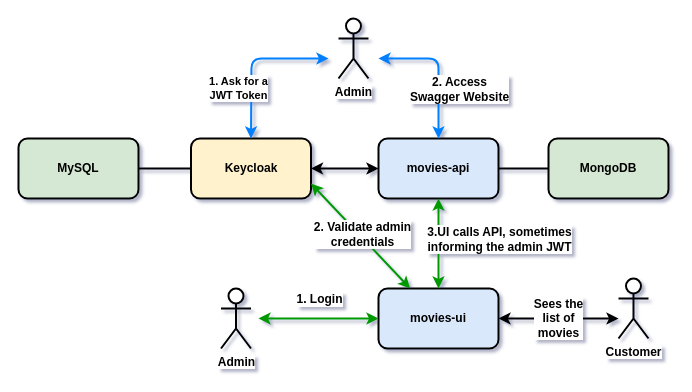
This is images/project-diagram.drawio from ivangfr/springboot-react-keycloak, a draw.io file, before an edit. Source tidied: cells renumbered, new cells numbered last; positions are measured from the earlier drawing's top-left corner, leaving out a move shared by most shapes. Both pictures are drawn from the tidied source at 100%, with x=0, y=0 at pixel (18, 18).
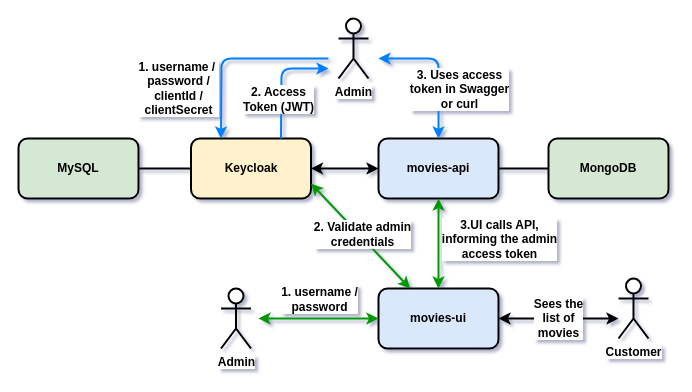
After the change.

Commit message (it also covers changes not shown here):
update README and project diagram; add swagger image

Unchanged cells that the change refers to:
```xml
<mxCell id="2" value="Keycloak" style="rounded=1;whiteSpace=wrap;html=1;strokeWidth=2;fontStyle=1;fillColor=#fff2cc;strokeColor=#000000;" parent="1" vertex="1">
  <mxGeometry x="172.5" y="120" width="120" height="60" as="geometry" />
</mxCell>
<mxCell id="12" style="endArrow=classic;startArrow=classic;html=1;strokeWidth=2;strokeColor=#009900;" parent="1" edge="1">
  <mxGeometry relative="1" as="geometry">
    <mxPoint x="420" y="270" as="sourcePoint" />
    <mxPoint x="420" y="180" as="targetPoint" />
  </mxGeometry>
</mxCell>
<mxCell id="15" style="endArrow=classic;html=1;strokeWidth=2;entryX=0.5;entryY=0;entryDx=0;entryDy=0;startArrow=classic;startFill=1;strokeColor=#007FFF;" parent="1" edge="1" target="5">
  <mxGeometry relative="1" as="geometry">
    <mxPoint x="360" y="40" as="sourcePoint" />
    <Array as="points">
      <mxPoint x="420" y="40" />
    </Array>
  </mxGeometry>
</mxCell>
<mxCell id="19" style="endArrow=classic;startArrow=classic;html=1;strokeWidth=2;entryX=0;entryY=0.5;entryDx=0;entryDy=0;strokeColor=#009900;" parent="1" edge="1" target="3">
  <mxGeometry relative="1" as="geometry">
    <mxPoint x="240" y="300" as="sourcePoint" />
  </mxGeometry>
</mxCell>
```

What changed in the source:
```diff
@@
-    <mxCell id="13" value="&lt;b&gt;3.UI calls API, sometimes&lt;br&gt;informing the admin JWT&lt;/b&gt;" style="text;html=1;align=center;verticalAlign=middle;labelBackgroundColor=#ffffff;" parent="12" vertex="1">
+    <mxCell id="13" value="&lt;b&gt;3.UI calls API,&lt;br&gt;informing the admin&lt;br&gt;access token&lt;br&gt;&lt;/b&gt;" style="text;html=1;align=center;verticalAlign=middle;labelBackgroundColor=#ffffff;" parent="12" vertex="1">
       <mxGeometry x="0.07" relative="1" as="geometry">
         <mxPoint x="60" y="-2" as="offset" />
       </mxGeometry>
     </mxCell>
@@
-    <mxCell id="16" value="&lt;b&gt;&lt;span&gt;2. Access&lt;/span&gt;&lt;br&gt;&lt;span&gt;Swagger Website&lt;/span&gt;&lt;/b&gt;" style="text;html=1;align=center;verticalAlign=middle;labelBackgroundColor=#ffffff;" parent="15" vertex="1">
+    <mxCell id="16" value="&lt;b&gt;&lt;span&gt;3. Uses access&lt;br&gt;token in&amp;nbsp;&lt;/span&gt;&lt;span&gt;Swagger&lt;br&gt;or curl&lt;br&gt;&lt;/span&gt;&lt;/b&gt;" style="text;html=1;align=center;verticalAlign=middle;labelBackgroundColor=#ffffff;" parent="15" vertex="1">
       <mxGeometry x="-0.09" y="1" relative="1" as="geometry">
         <mxPoint x="19" y="26" as="offset" />
       </mxGeometry>
     </mxCell>
-    <mxCell id="17" value="&lt;b&gt;&lt;span&gt;1. Ask for a&lt;/span&gt;&lt;br&gt;&lt;span&gt;JWT Token&lt;/span&gt;&lt;/b&gt;" style="endArrow=classic;html=1;strokeWidth=2;entryX=0.5;entryY=0;entryDx=0;entryDy=0;startArrow=classic;startFill=1;strokeColor=#007FFF;" parent="1" edge="1" target="2">
-      <mxGeometry x="-0.02" y="33" relative="1" as="geometry">
+    <mxCell id="17" value="&lt;b style=&quot;font-size: 12px&quot;&gt;&lt;span&gt;1. username /&amp;nbsp;&lt;br&gt;password /&lt;br&gt;clientId /&lt;br&gt;clientSecret&lt;br&gt;&lt;/span&gt;&lt;/b&gt;" style="endArrow=classic;html=1;strokeWidth=2;entryX=0.25;entryY=0;entryDx=0;entryDy=0;startArrow=none;startFill=0;strokeColor=#007FFF;endFill=1;" parent="1" edge="1" target="2">
+      <mxGeometry x="0.14" y="52" relative="1" as="geometry">
         <mxPoint x="310" y="40" as="sourcePoint" />
         <Array as="points">
-          <mxPoint x="233" y="40" />
+          <mxPoint x="203" y="40" />
         </Array>
-        <mxPoint x="-46" y="30" as="offset" />
+        <mxPoint x="-95" y="30" as="offset" />
       </mxGeometry>
     </mxCell>
@@
-    <mxCell id="20" value="&lt;b&gt;1. Login&lt;/b&gt;" style="text;html=1;align=center;verticalAlign=middle;labelBackgroundColor=#ffffff;" parent="19" vertex="1">
+    <mxCell id="20" value="&lt;b&gt;1. username /&lt;br&gt;password&lt;br&gt;&lt;/b&gt;" style="text;html=1;align=center;verticalAlign=middle;labelBackgroundColor=#ffffff;" parent="19" vertex="1">
       <mxGeometry x="-0.18" y="1" relative="1" as="geometry">
         <mxPoint x="11" y="-19" as="offset" />
       </mxGeometry>
     </mxCell>
@@
+    <mxCell id="24" value="&lt;b&gt;&lt;span&gt;&lt;br&gt;&lt;/span&gt;&lt;/b&gt;" style="endArrow=classic;html=1;strokeWidth=2;startArrow=none;startFill=0;strokeColor=#007FFF;endFill=1;exitX=0.75;exitY=0;exitDx=0;exitDy=0;" parent="1" edge="1" source="2">
+      <mxGeometry x="0.14" y="47" relative="1" as="geometry">
+        <mxPoint x="310" y="50" as="targetPoint" />
+        <Array as="points">
+          <mxPoint x="263" y="50" />
+        </Array>
+        <mxPoint x="-90" y="20" as="offset" />
+      </mxGeometry>
+    </mxCell>
+    <mxCell id="25" value="&lt;b&gt;2. Access&lt;br&gt;Token (JWT)&lt;/b&gt;" style="text;html=1;align=center;verticalAlign=middle;labelBackgroundColor=#ffffff;" parent="24" vertex="1">
+      <mxGeometry x="-0.62" relative="1" as="geometry">
+        <mxPoint x="-3" y="-18" as="offset" />
+      </mxGeometry>
+    </mxCell>
```
